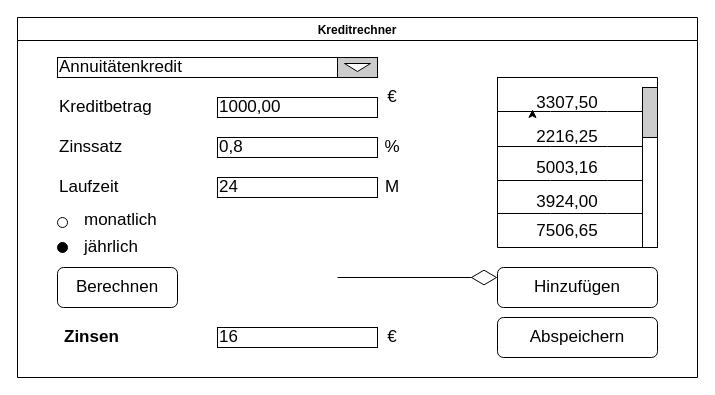
Above: modelling/MockUp.drawio in maxlautenbach/se-portfolio-gruppe4 (draw.io), before the change. Source tidied: cells renumbered, new cells numbered last; positions are measured from the earlier drawing's top-left corner, leaving out a move shared by most shapes. Both pictures are drawn from the tidied source at 100%, with x=0, y=0 at pixel (17, 17).
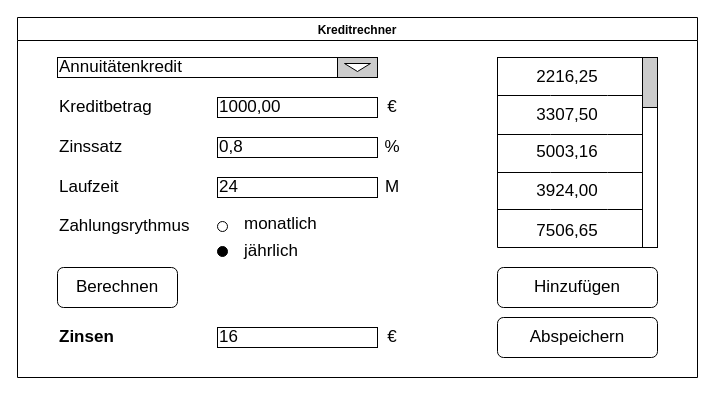
The same page after the edit.

The change refers to these unchanged cells:
```xml
<mxCell id="2" value="Kreditrechner" style="swimlane;" parent="1" vertex="1">
  <mxGeometry width="680" height="360" as="geometry" />
</mxCell>
```

Diff of the diagram source:
```diff
@@
     <mxCell id="6" value="Zinsen" style="text;html=1;strokeColor=none;fillColor=none;align=left;verticalAlign=middle;whiteSpace=wrap;rounded=0;fontSize=17;fontStyle=1;" parent="2" vertex="1">
-      <mxGeometry x="45" y="300" width="100" height="40" as="geometry" />
+      <mxGeometry x="40" y="300" width="100" height="40" as="geometry" />
     </mxCell>
     <mxCell id="7" style="ellipse;whiteSpace=wrap;html=1;fontSize=17;align=left;" parent="2" vertex="1">
-      <mxGeometry x="40" y="200" width="10" height="10" as="geometry" />
+      <mxGeometry x="200" y="204" width="10" height="10" as="geometry" />
     </mxCell>
     <mxCell id="8" value="monatlich" style="text;html=1;strokeColor=none;fillColor=none;align=left;verticalAlign=middle;whiteSpace=wrap;rounded=0;labelBackgroundColor=none;fontSize=17;" parent="2" vertex="1">
-      <mxGeometry x="65" y="195" width="85" height="15" as="geometry" />
+      <mxGeometry x="225" y="199" width="85" height="15" as="geometry" />
     </mxCell>
     <mxCell id="9" value="jährlich" style="text;html=1;strokeColor=none;fillColor=none;align=left;verticalAlign=middle;whiteSpace=wrap;rounded=0;labelBackgroundColor=none;fontSize=17;" parent="2" vertex="1">
-      <mxGeometry x="65" y="225" width="40" height="10" as="geometry" />
+      <mxGeometry x="225" y="229" width="40" height="10" as="geometry" />
     </mxCell>
     <mxCell id="10" style="ellipse;whiteSpace=wrap;html=1;fontSize=17;align=left;labelBackgroundColor=none;labelBorderColor=none;fillColor=#000000;" parent="2" vertex="1">
-      <mxGeometry x="40" y="225" width="10" height="10" as="geometry" />
+      <mxGeometry x="200" y="229" width="10" height="10" as="geometry" />
     </mxCell>
@@
     <mxCell id="21" style="shape=table;html=1;whiteSpace=wrap;startSize=0;childLayout=tableLayout;labelBackgroundColor=none;fontSize=17;fillColor=#FFFFFF;align=left;columnLines=0;" parent="2" vertex="1">
-      <mxGeometry x="480" y="60" width="160" height="170" as="geometry" />
+      <mxGeometry x="480" y="40" width="160" height="190" as="geometry" />
     </mxCell>
     <mxCell id="22" style="shape=partialRectangle;html=1;whiteSpace=wrap;fillColor=none;top=0;left=0;bottom=0;right=0;" parent="21" vertex="1">
-      <mxGeometry width="160" height="34" as="geometry" />
+      <mxGeometry width="160" height="38" as="geometry" />
     </mxCell>
     <mxCell id="23" style="shape=partialRectangle;html=1;whiteSpace=wrap;fillColor=none;top=0;left=0;bottom=0;right=0;overflow=hidden;" parent="22" vertex="1">
-      <mxGeometry width="53" height="34" as="geometry" />
+      <mxGeometry width="53" height="38" as="geometry" />
     </mxCell>
     <mxCell id="24" style="shape=partialRectangle;html=1;whiteSpace=wrap;fillColor=none;top=0;left=0;bottom=0;right=0;overflow=hidden;align=left;" parent="22" vertex="1">
-      <mxGeometry x="53" width="57" height="34" as="geometry" />
+      <mxGeometry x="53" width="57" height="38" as="geometry" />
     </mxCell>
     <mxCell id="25" style="shape=partialRectangle;html=1;whiteSpace=wrap;fillColor=none;top=0;left=0;bottom=0;right=0;overflow=hidden;" parent="22" vertex="1">
-      <mxGeometry x="110" width="50" height="34" as="geometry" />
+      <mxGeometry x="110" width="50" height="38" as="geometry" />
     </mxCell>
     <mxCell id="26" style="shape=partialRectangle;html=1;whiteSpace=wrap;fillColor=none;top=0;left=0;bottom=0;right=0;points=[[0,0.5],[1,0.5]];portConstraint=eastwest;" parent="21" vertex="1">
-      <mxGeometry y="34" width="160" height="35" as="geometry" />
+      <mxGeometry y="38" width="160" height="39" as="geometry" />
     </mxCell>
     <mxCell id="27" style="shape=partialRectangle;html=1;whiteSpace=wrap;fillColor=none;top=0;left=0;bottom=0;right=0;overflow=hidden;" parent="26" vertex="1">
-      <mxGeometry width="53" height="35" as="geometry" />
+      <mxGeometry width="53" height="39" as="geometry" />
     </mxCell>
     <mxCell id="28" style="shape=partialRectangle;html=1;whiteSpace=wrap;fillColor=none;top=0;left=0;bottom=0;right=0;overflow=hidden;" parent="26" vertex="1">
-      <mxGeometry x="53" width="57" height="35" as="geometry" />
+      <mxGeometry x="53" width="57" height="39" as="geometry" />
     </mxCell>
     <mxCell id="29" style="shape=partialRectangle;html=1;whiteSpace=wrap;fillColor=none;top=0;left=0;bottom=0;right=0;overflow=hidden;" parent="26" vertex="1">
-      <mxGeometry x="110" width="50" height="35" as="geometry" />
+      <mxGeometry x="110" width="50" height="39" as="geometry" />
     </mxCell>
     <mxCell id="30" style="shape=partialRectangle;html=1;whiteSpace=wrap;fillColor=none;top=0;left=0;bottom=0;right=0;" parent="21" vertex="1">
-      <mxGeometry y="69" width="160" height="34" as="geometry" />
+      <mxGeometry y="77" width="160" height="38" as="geometry" />
     </mxCell>
     <mxCell id="31" style="shape=partialRectangle;html=1;whiteSpace=wrap;fillColor=none;top=0;left=0;bottom=0;right=0;overflow=hidden;" parent="30" vertex="1">
-      <mxGeometry width="53" height="34" as="geometry" />
+      <mxGeometry width="53" height="38" as="geometry" />
     </mxCell>
     <mxCell id="32" style="shape=partialRectangle;html=1;whiteSpace=wrap;fillColor=none;top=0;left=0;bottom=0;right=0;overflow=hidden;" parent="30" vertex="1">
-      <mxGeometry x="53" width="57" height="34" as="geometry" />
+      <mxGeometry x="53" width="57" height="38" as="geometry" />
     </mxCell>
     <mxCell id="33" style="shape=partialRectangle;html=1;whiteSpace=wrap;fillColor=none;top=0;left=0;bottom=0;right=0;overflow=hidden;" parent="30" vertex="1">
-      <mxGeometry x="110" width="50" height="34" as="geometry" />
+      <mxGeometry x="110" width="50" height="38" as="geometry" />
     </mxCell>
     <mxCell id="34" style="shape=partialRectangle;html=1;whiteSpace=wrap;fillColor=none;top=0;left=0;bottom=0;right=0;" parent="21" vertex="1">
-      <mxGeometry y="103" width="160" height="33" as="geometry" />
+      <mxGeometry y="115" width="160" height="37" as="geometry" />
     </mxCell>
     <mxCell id="35" style="shape=partialRectangle;html=1;whiteSpace=wrap;fillColor=none;top=0;left=0;bottom=0;right=0;overflow=hidden;" parent="34" vertex="1">
-      <mxGeometry width="53" height="33" as="geometry" />
+      <mxGeometry width="53" height="37" as="geometry" />
     </mxCell>
     <mxCell id="36" style="shape=partialRectangle;html=1;whiteSpace=wrap;fillColor=none;top=0;left=0;bottom=0;right=0;overflow=hidden;" parent="34" vertex="1">
-      <mxGeometry x="53" width="57" height="33" as="geometry" />
+      <mxGeometry x="53" width="57" height="37" as="geometry" />
     </mxCell>
     <mxCell id="37" style="shape=partialRectangle;html=1;whiteSpace=wrap;fillColor=none;top=0;left=0;bottom=0;right=0;overflow=hidden;" parent="34" vertex="1">
-      <mxGeometry x="110" width="50" height="33" as="geometry" />
+      <mxGeometry x="110" width="50" height="37" as="geometry" />
     </mxCell>
     <mxCell id="38" style="shape=partialRectangle;html=1;whiteSpace=wrap;fillColor=none;top=0;left=0;bottom=0;right=0;" parent="21" vertex="1">
-      <mxGeometry y="136" width="160" height="34" as="geometry" />
+      <mxGeometry y="152" width="160" height="38" as="geometry" />
     </mxCell>
     <mxCell id="39" style="shape=partialRectangle;html=1;whiteSpace=wrap;fillColor=none;top=0;left=0;bottom=0;right=0;overflow=hidden;" parent="38" vertex="1">
-      <mxGeometry width="53" height="34" as="geometry" />
+      <mxGeometry width="53" height="38" as="geometry" />
     </mxCell>
     <mxCell id="40" style="shape=partialRectangle;html=1;whiteSpace=wrap;fillColor=none;top=0;left=0;bottom=0;right=0;overflow=hidden;" parent="38" vertex="1">
-      <mxGeometry x="53" width="57" height="34" as="geometry" />
+      <mxGeometry x="53" width="57" height="38" as="geometry" />
     </mxCell>
     <mxCell id="41" style="shape=partialRectangle;html=1;whiteSpace=wrap;fillColor=none;top=0;left=0;bottom=0;right=0;overflow=hidden;" parent="38" vertex="1">
-      <mxGeometry x="110" width="50" height="34" as="geometry" />
+      <mxGeometry x="110" width="50" height="38" as="geometry" />
     </mxCell>
-    <mxCell id="42" style="edgeStyle=orthogonalEdgeStyle;rounded=0;jettySize=auto;html=1;exitX=0.25;exitY=1;exitDx=0;exitDy=0;entryX=0.219;entryY=-0.061;entryDx=0;entryDy=0;entryPerimeter=0;fontSize=17;" parent="2" edge="1" source="43" target="26">
-      <mxGeometry relative="1" as="geometry" />
-    </mxCell>
     <mxCell id="43" value="3307,50" style="text;html=1;strokeColor=none;fillColor=none;align=center;verticalAlign=middle;whiteSpace=wrap;rounded=0;labelBackgroundColor=none;fontSize=17;" parent="2" vertex="1">
-      <mxGeometry x="480" y="76" width="140" height="20" as="geometry" />
+      <mxGeometry x="480" y="88" width="140" height="20" as="geometry" />
     </mxCell>
     <mxCell id="44" value="2216,25" style="text;html=1;strokeColor=none;fillColor=none;align=center;verticalAlign=middle;whiteSpace=wrap;rounded=0;labelBackgroundColor=none;fontSize=17;" parent="2" vertex="1">
-      <mxGeometry x="480" y="110" width="140" height="20" as="geometry" />
+      <mxGeometry x="480" y="50" width="140" height="20" as="geometry" />
     </mxCell>
     <mxCell id="45" value="5003,16" style="text;html=1;strokeColor=none;fillColor=none;align=center;verticalAlign=middle;whiteSpace=wrap;rounded=0;labelBackgroundColor=none;fontSize=17;" parent="2" vertex="1">
-      <mxGeometry x="480" y="141" width="140" height="20" as="geometry" />
+      <mxGeometry x="480" y="125" width="140" height="20" as="geometry" />
     </mxCell>
     <mxCell id="46" value="3924,00" style="text;html=1;strokeColor=none;fillColor=none;align=center;verticalAlign=middle;whiteSpace=wrap;rounded=0;labelBackgroundColor=none;fontSize=17;" parent="2" vertex="1">
-      <mxGeometry x="480" y="175" width="140" height="20" as="geometry" />
+      <mxGeometry x="480" y="165" width="140" height="17" as="geometry" />
     </mxCell>
@@
     <mxCell id="49" style="rounded=0;whiteSpace=wrap;html=1;labelBackgroundColor=none;fontSize=17;gradientColor=none;align=left;fillColor=#CCCCCC;" parent="2" vertex="1">
-      <mxGeometry x="625" y="70" width="15" height="50" as="geometry" />
+      <mxGeometry x="625" y="40" width="15" height="50" as="geometry" />
     </mxCell>
@@
+    <mxCell id="55" value="Zahlungsrythmus" style="text;html=1;strokeColor=none;fillColor=none;align=left;verticalAlign=middle;whiteSpace=wrap;rounded=0;labelBackgroundColor=none;fontSize=17;" parent="2" vertex="1">
+      <mxGeometry x="40" y="199" width="150" height="20" as="geometry" />
+    </mxCell>
     <mxCell id="53" value="€" style="text;html=1;strokeColor=none;fillColor=none;align=center;verticalAlign=middle;whiteSpace=wrap;rounded=0;labelBackgroundColor=none;fontSize=17;" parent="1" vertex="1">
-      <mxGeometry x="360" y="70" width="30" height="20" as="geometry" />
+      <mxGeometry x="360" y="80" width="30" height="20" as="geometry" />
     </mxCell>
-    <mxCell id="54" style="endArrow=diamondThin;endFill=0;endSize=24;html=1;fontSize=17;" parent="1" edge="1">
-      <mxGeometry relative="1" as="geometry">
-        <mxPoint x="320" y="260" as="sourcePoint" />
-        <mxPoint x="480" y="260" as="targetPoint" />
-      </mxGeometry>
-    </mxCell>
```
